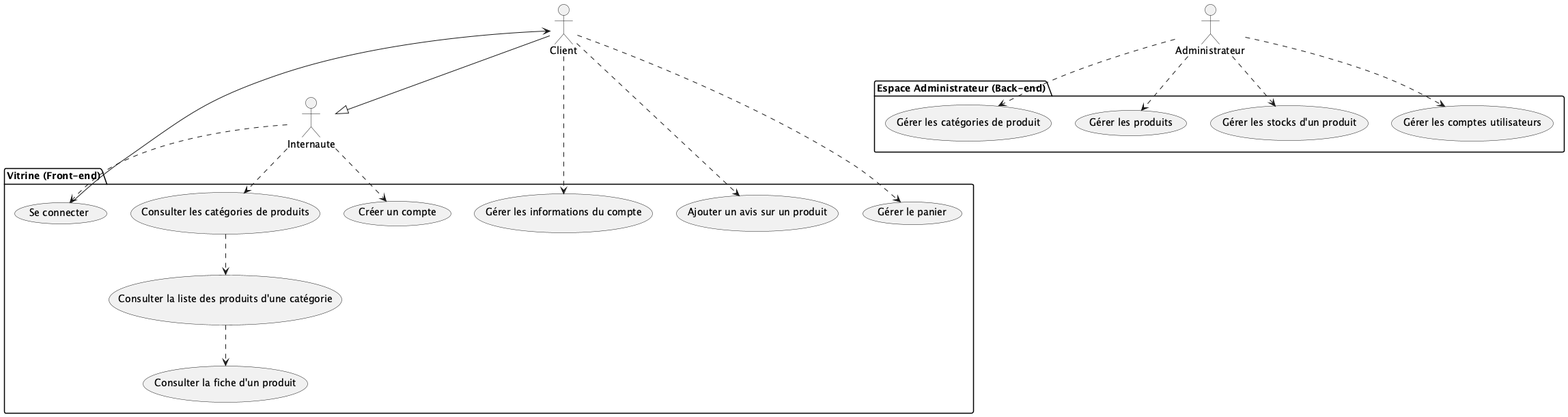
The PlantUML diagram docs/document_de_conception/img/uc_siteweb.png in IUT-Blagnac/sae-3-01-devapp-2024-2025-g2b12, before a commit. Source of this version:
```plantuml
@startuml

actor Internaute			/' utilisateur non connecté		'/
actor Client  				/' utilisateur connecté 		'/
actor Administrateur		/' administrateur du site web 	'/

package "Vitrine (Front-end)" {
	usecase (Consulter les catégories de produits) 				as UC_CCP
	usecase (Consulter la liste des produits d'une catégorie)	as UC_CLPC
	usecase (Consulter la fiche d'un produit) 					as UC_CFP
	usecase (Créer un compte)									as UC_CC
	usecase (Se connecter) 										as UC_SC
	Internaute ..> UC_CCP
	UC_CCP ..> UC_CLPC
	UC_CLPC ..> UC_CFP
	Internaute ..> UC_CC
	Internaute ..> UC_SC
	usecase (Gérer les informations du compte)	as UC_GIC
	usecase (Ajouter un avis sur un produit) 	as UC_AAP
	usecase (Gérer le panier)					as UC_GPa
	Client --|> Internaute
	UC_SC --> Client
	Client ..> UC_GIC
	Client ..> UC_AAP
	Client ..> UC_GPa
}
package "Espace Administrateur (Back-end)" {
	usecase (Gérer les comptes utilisateurs) 	as UC_GCU
	usecase (Gérer les catégories de produit) 	as UC_GCP
	usecase (Gérer les produits)				as UC_GPr
	usecase (Gérer les stocks d'un produit) 	as UC_GSP
	Administrateur ..> UC_GCU
	Administrateur ..> UC_GCP
	Administrateur ..> UC_GPr
	Administrateur ..> UC_GSP
}

@enduml
```
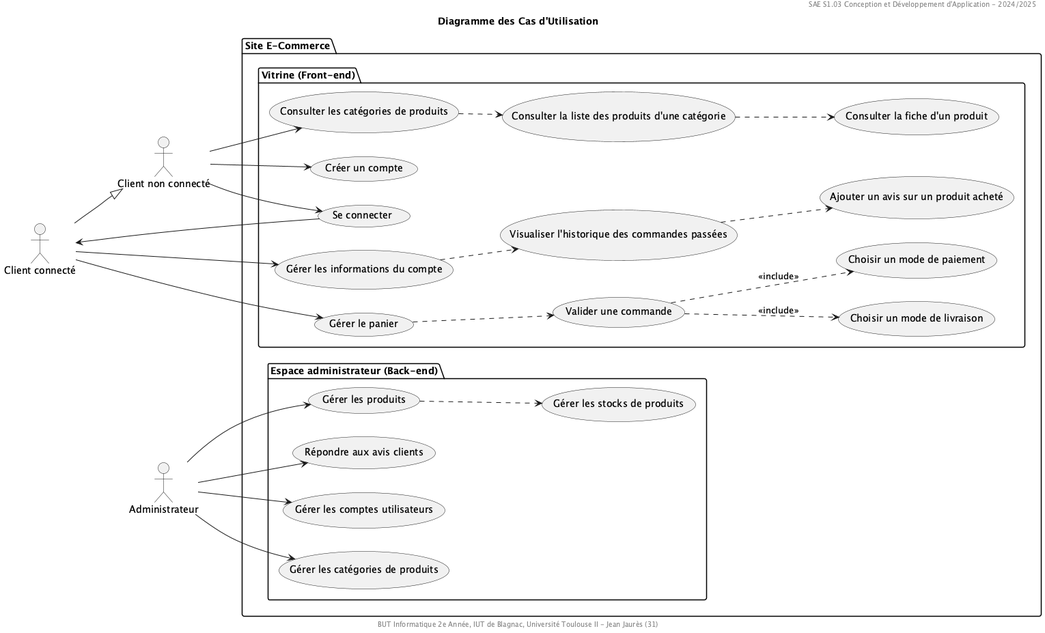
After the commit.

The edit, as a diff of the source:
```diff
@@ -1,38 +1,55 @@
-@startuml
+@startuml Diagramme des Cas d'Utilisation
+header SAE S1.03 Conception et Développement d'Application - 2024/2025
+title Diagramme des Cas d'Utilisation
 
-actor Internaute			/' utilisateur non connecté		'/
-actor Client  				/' utilisateur connecté 		'/
-actor Administrateur		/' administrateur du site web 	'/
+left to right direction
 
-package "Vitrine (Front-end)" {
-	usecase (Consulter les catégories de produits) 				as UC_CCP
-	usecase (Consulter la liste des produits d'une catégorie)	as UC_CLPC
-	usecase (Consulter la fiche d'un produit) 					as UC_CFP
-	usecase (Créer un compte)									as UC_CC
-	usecase (Se connecter) 										as UC_SC
-	Internaute ..> UC_CCP
-	UC_CCP ..> UC_CLPC
-	UC_CLPC ..> UC_CFP
-	Internaute ..> UC_CC
-	Internaute ..> UC_SC
-	usecase (Gérer les informations du compte)	as UC_GIC
-	usecase (Ajouter un avis sur un produit) 	as UC_AAP
-	usecase (Gérer le panier)					as UC_GPa
-	Client --|> Internaute
-	UC_SC --> Client
-	Client ..> UC_GIC
-	Client ..> UC_AAP
-	Client ..> UC_GPa
-}
-package "Espace Administrateur (Back-end)" {
-	usecase (Gérer les comptes utilisateurs) 	as UC_GCU
-	usecase (Gérer les catégories de produit) 	as UC_GCP
-	usecase (Gérer les produits)				as UC_GPr
-	usecase (Gérer les stocks d'un produit) 	as UC_GSP
-	Administrateur ..> UC_GCU
-	Administrateur ..> UC_GCP
-	Administrateur ..> UC_GPr
-	Administrateur ..> UC_GSP
+actor "Client non connecté"	as UtilisateurNonConnecte
+actor "Client connecté"		as UtilisateurConnecte
+actor Administrateur		/' administrateur du site web '/
+
+package "Site E-Commerce" {
+	package "Vitrine (Front-end)" {
+		usecase (Consulter les catégories de produits) 				as UC_CCP
+		usecase (Consulter la liste des produits d'une catégorie)	as UC_CLPC
+		usecase (Consulter la fiche d'un produit) 					as UC_CFP
+		usecase (Créer un compte)									as UC_CC
+		usecase (Se connecter) 										as UC_SC
+		UtilisateurNonConnecte --> UC_CCP
+		UC_CCP ..> UC_CLPC
+		UC_CLPC ..> UC_CFP
+		UtilisateurNonConnecte --> UC_CC
+		UtilisateurNonConnecte --> UC_SC
+		usecase (Gérer les informations du compte)				as UC_GIC
+		usecase (Visualiser l'historique des commandes passées)	as UC_VHCP
+		usecase (Ajouter un avis sur un produit acheté) 		as UC_AAPA
+		usecase (Gérer le panier)								as UC_GPa
+		usecase (Valider une commande)							as UC_VC
+		usecase (Choisir un mode de livraison)					as UC_CML
+		usecase (Choisir un mode de paiement)					as UC_CMP
+		UtilisateurConnecte --|> UtilisateurNonConnecte
+		UC_SC --> UtilisateurConnecte
+		UtilisateurConnecte --> UC_GIC
+		UC_GIC ..> UC_VHCP
+		UC_VHCP ..> UC_AAPA
+		UtilisateurConnecte --> UC_GPa
+		UC_GPa ..> UC_VC
+		UC_VC ..> UC_CML : <<include>>
+		UC_VC ..> UC_CMP : <<include>>
+	}
+	package "Espace administrateur (Back-end)" {
+		usecase (Gérer les comptes utilisateurs) 	as UC_GCU
+		usecase (Gérer les catégories de produits)	as UC_GCP
+		usecase (Gérer les produits)				as UC_GPr
+		usecase (Gérer les stocks de produits)		as UC_GSP
+		usecase (Répondre aux avis clients)			as UC_RAC
+		Administrateur --> UC_GCU
+		Administrateur --> UC_GCP
+		Administrateur --> UC_GPr
+		UC_GPr ..> UC_GSP
+		Administrateur --> UC_RAC
+	}
 }
 
+footer BUT Informatique 2e Année, IUT de Blagnac, Université Toulouse II - Jean Jaurès (31)
 @enduml
```
